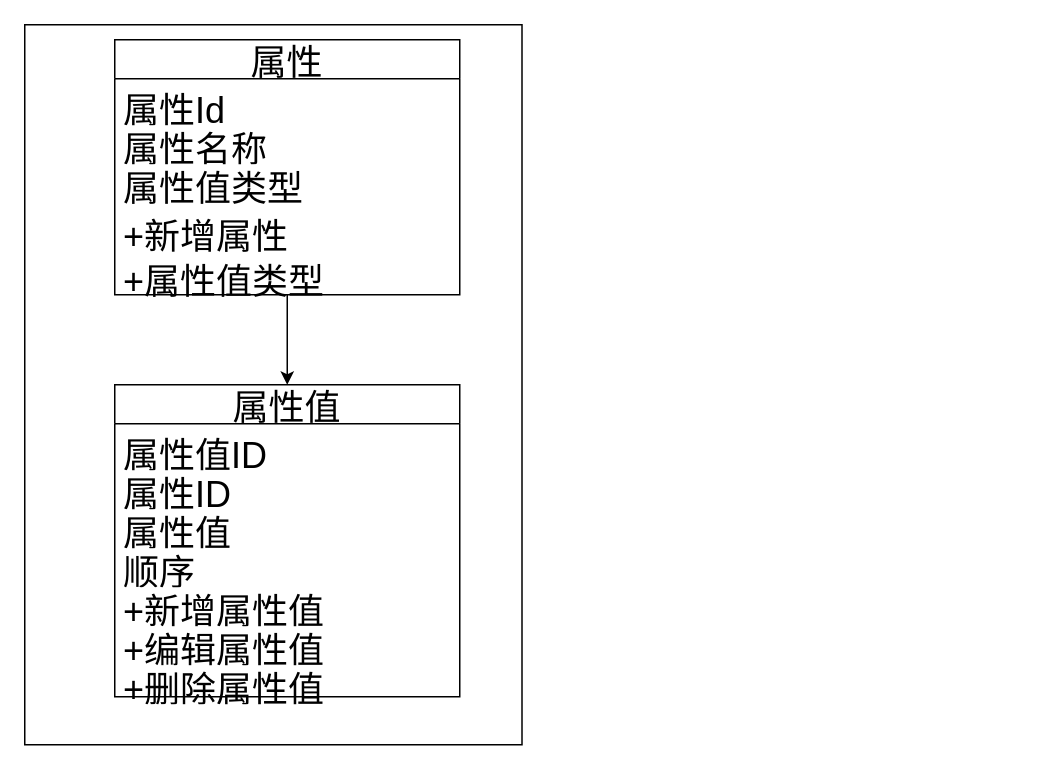
baizi/draw keeps this draw.io diagram as mode Diagram.drawio. Above is the earlier version. Source tidied: cells renumbered, new cells numbered last; positions are measured from the earlier drawing's top-left corner, leaving out a move shared by most shapes. Both pictures are drawn from the tidied source at 150%, with x=0, y=0 at pixel (24, 24).
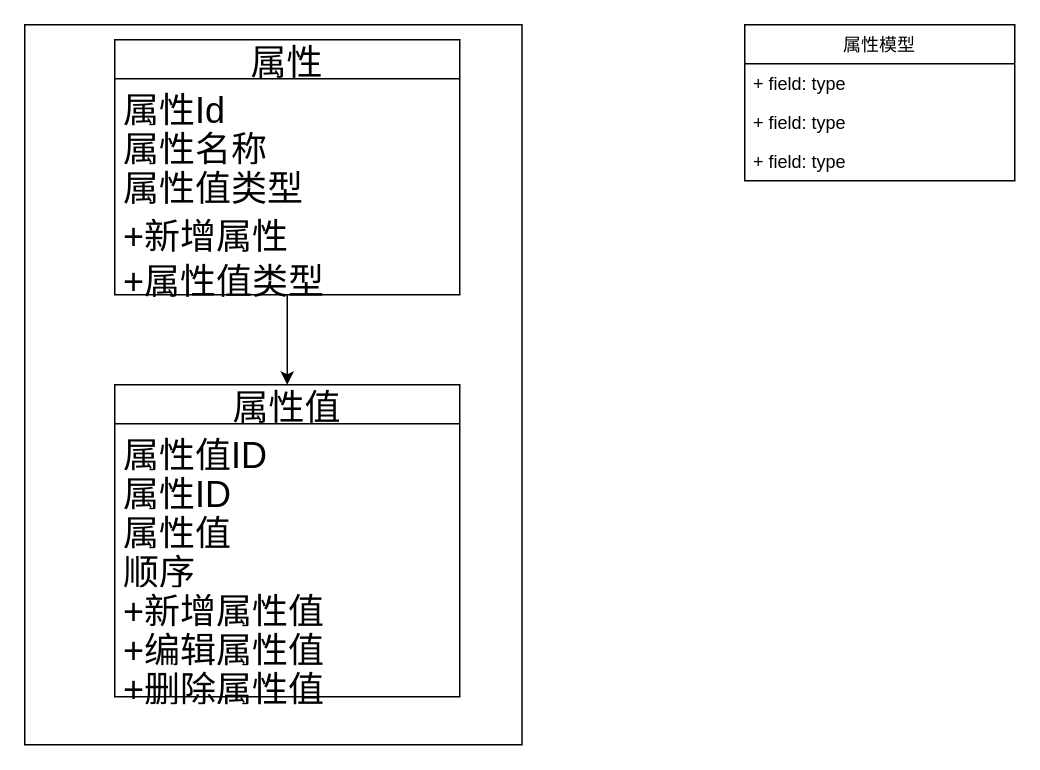
Above is the later version.

What changed in the source:
```diff
@@
+    <mxCell id="18" value="属性模型" style="swimlane;fontStyle=0;horizontal=1;startSize=26;fillColor=none;" parent="1" vertex="1">
+      <mxGeometry x="480" width="180" height="104" as="geometry" />
+    </mxCell>
+    <mxCell id="19" value="+ field: type" style="text;strokeColor=none;fillColor=none;align=left;verticalAlign=top;spacingLeft=4;spacingRight=4;overflow=hidden;" parent="18" vertex="1">
+      <mxGeometry y="26" width="180" height="26" as="geometry" />
+    </mxCell>
+    <mxCell id="20" value="+ field: type" style="text;strokeColor=none;fillColor=none;align=left;verticalAlign=top;spacingLeft=4;spacingRight=4;overflow=hidden;" parent="18" vertex="1">
+      <mxGeometry y="52" width="180" height="26" as="geometry" />
+    </mxCell>
+    <mxCell id="21" value="+ field: type" style="text;strokeColor=none;fillColor=none;align=left;verticalAlign=top;spacingLeft=4;spacingRight=4;overflow=hidden;" parent="18" vertex="1">
+      <mxGeometry y="78" width="180" height="26" as="geometry" />
+    </mxCell>
```
